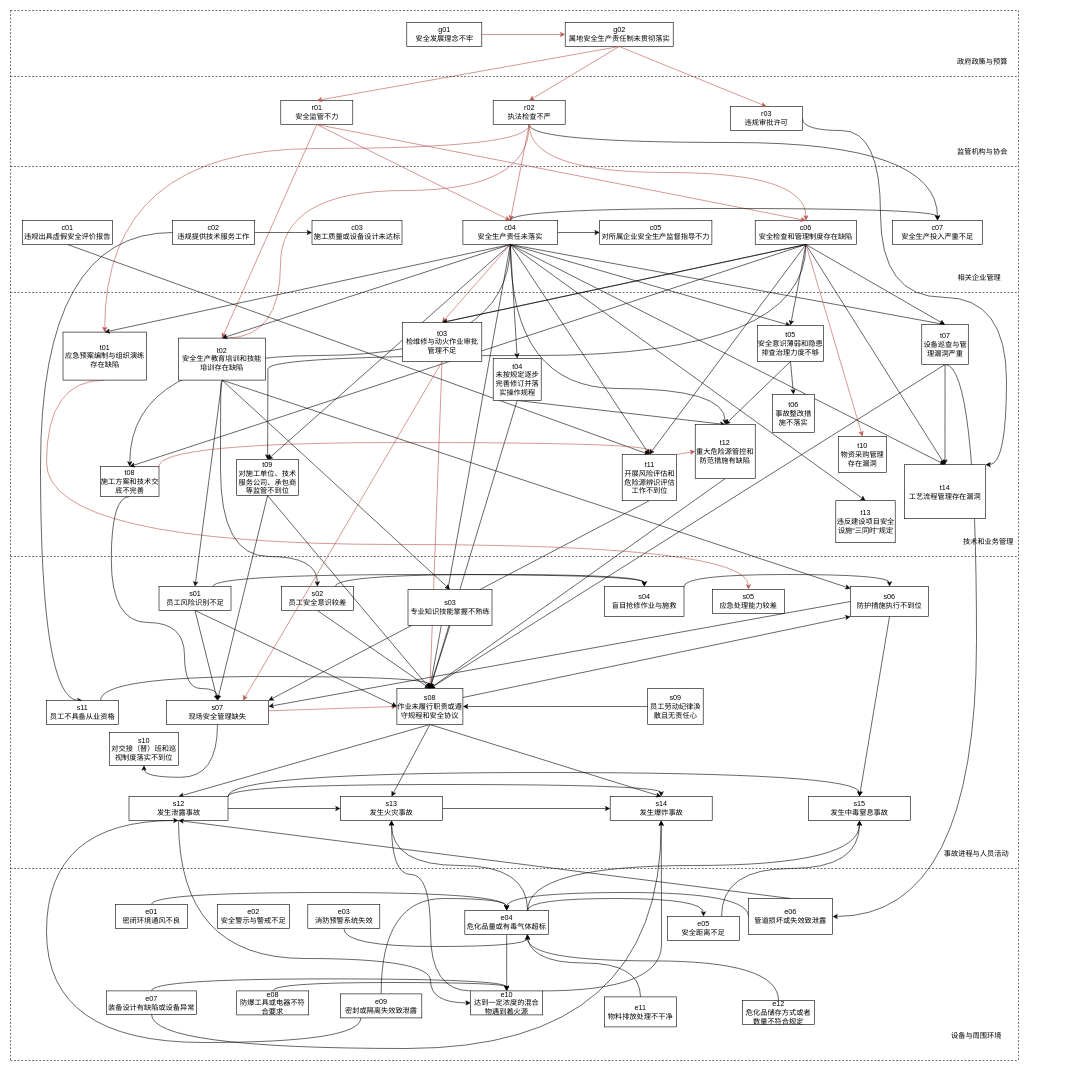
This is 剔除次数少于5.drawio from fangjiarong/docs, a draw.io file, before an edit. Source tidied: cells renumbered, new cells numbered last; positions are measured from the earlier drawing's top-left corner, leaving out a move shared by most shapes. Both pictures are drawn from the tidied source at 60%, with x=0, y=0 at pixel (10, 10).
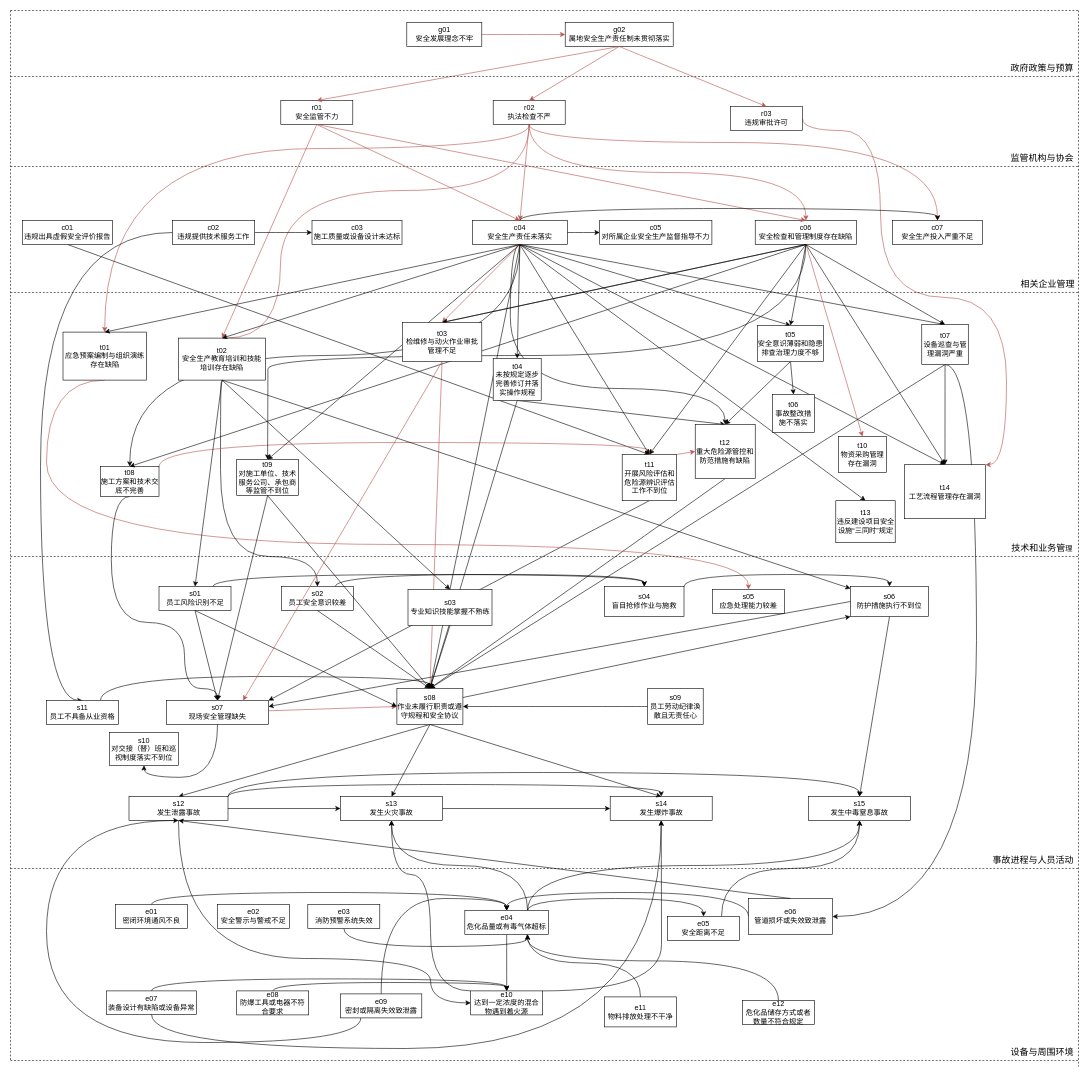
The same diagram, later.

Commit message (it also covers changes not shown here):
更新剔除次数少于5.drawio

The change refers to these unchanged cells:
```xml
<mxCell id="19" value="r02&lt;br&gt;执法检查不严" style="rounded=0;whiteSpace=wrap;html=1;" parent="1" vertex="1">
  <mxGeometry x="804.5" y="150" width="120" height="40" as="geometry" />
</mxCell>
<mxCell id="68" value="r03&lt;br&gt;违规审批许可" style="rounded=0;whiteSpace=wrap;html=1;" parent="1" vertex="1">
  <mxGeometry x="1200" y="160" width="120" height="40" as="geometry" />
</mxCell>
<mxCell id="69" value="c07&lt;br&gt;安全生产投入严重不足" style="rounded=0;whiteSpace=wrap;html=1;" parent="1" vertex="1">
  <mxGeometry x="1470" y="350" width="150" height="40" as="geometry" />
</mxCell>
<mxCell id="162" value="t14&lt;br&gt;工艺流程管理存在漏洞" style="rounded=0;whiteSpace=wrap;html=1;" parent="1" vertex="1">
  <mxGeometry x="1490" y="757" width="135" height="90" as="geometry" />
</mxCell>
```

Change to the diagram source:
```diff
@@
-    <mxCell id="8" value="政府政策与预算" style="text;html=1;strokeColor=none;fillColor=none;align=center;verticalAlign=middle;whiteSpace=wrap;rounded=0;" parent="1" vertex="1">
-      <mxGeometry x="1570" y="70" width="100" height="30" as="geometry" />
+    <mxCell id="8" value="&lt;font style=&quot;font-size: 15px;&quot;&gt;政府政策与预算&lt;/font&gt;" style="text;html=1;strokeColor=none;fillColor=none;align=center;verticalAlign=middle;whiteSpace=wrap;rounded=0;" parent="1" vertex="1">
+      <mxGeometry x="1660" y="80" width="119" height="30" as="geometry" />
     </mxCell>
-    <mxCell id="9" value="相关企业管理" style="text;html=1;strokeColor=none;fillColor=none;align=center;verticalAlign=middle;whiteSpace=wrap;rounded=0;" parent="1" vertex="1">
-      <mxGeometry x="1565" y="430" width="100" height="30" as="geometry" />
+    <mxCell id="9" value="&lt;font style=&quot;font-size: 15px;&quot;&gt;相关企业管理&lt;/font&gt;" style="text;html=1;strokeColor=none;fillColor=none;align=center;verticalAlign=middle;whiteSpace=wrap;rounded=0;" parent="1" vertex="1">
+      <mxGeometry x="1679" y="440" width="100" height="30" as="geometry" />
     </mxCell>
-    <mxCell id="10" value="技术和业务管理" style="text;html=1;strokeColor=none;fillColor=none;align=center;verticalAlign=middle;whiteSpace=wrap;rounded=0;" parent="1" vertex="1">
-      <mxGeometry x="1580" y="870" width="100" height="30" as="geometry" />
+    <mxCell id="10" value="&lt;font style=&quot;font-size: 15px;&quot;&gt;技术和业务管&lt;/font&gt;理" style="text;html=1;strokeColor=none;fillColor=none;align=center;verticalAlign=middle;whiteSpace=wrap;rounded=0;" parent="1" vertex="1">
+      <mxGeometry x="1660" y="880" width="119" height="30" as="geometry" />
     </mxCell>
-    <mxCell id="11" value="事故进程与人员活动" style="text;html=1;strokeColor=none;fillColor=none;align=center;verticalAlign=middle;whiteSpace=wrap;rounded=0;" parent="1" vertex="1">
-      <mxGeometry x="1550" y="1390" width="120" height="30" as="geometry" />
+    <mxCell id="11" value="&lt;font style=&quot;font-size: 15px;&quot;&gt;事故进程与人员活动&lt;/font&gt;" style="text;html=1;strokeColor=none;fillColor=none;align=center;verticalAlign=middle;whiteSpace=wrap;rounded=0;" parent="1" vertex="1">
+      <mxGeometry x="1630" y="1400" width="149" height="30" as="geometry" />
     </mxCell>
-    <mxCell id="12" value="设备与周围环境" style="text;html=1;strokeColor=none;fillColor=none;align=center;verticalAlign=middle;whiteSpace=wrap;rounded=0;" parent="1" vertex="1">
-      <mxGeometry x="1560" y="1694" width="100" height="30" as="geometry" />
+    <mxCell id="12" value="&lt;font style=&quot;font-size: 15px;&quot;&gt;设备与周围环境&lt;/font&gt;" style="text;html=1;strokeColor=none;fillColor=none;align=center;verticalAlign=middle;whiteSpace=wrap;rounded=0;" parent="1" vertex="1">
+      <mxGeometry x="1660" y="1720" width="119" height="30" as="geometry" />
     </mxCell>
@@
-    <mxCell id="17" style="edgeStyle=orthogonalEdgeStyle;curved=1;rounded=0;jettySize=auto;html=1;exitX=0.5;exitY=1;exitDx=0;exitDy=0;entryX=0.5;entryY=0;entryDx=0;entryDy=0;" parent="1" edge="1" source="19" target="69">
+    <mxCell id="17" style="edgeStyle=orthogonalEdgeStyle;curved=1;rounded=0;jettySize=auto;html=1;exitX=0.5;exitY=1;exitDx=0;exitDy=0;entryX=0.5;entryY=0;entryDx=0;entryDy=0;fillColor=#f8cecc;strokeColor=#b85450;" parent="1" edge="1" source="19" target="69">
       <mxGeometry relative="1" as="geometry">
         <Array as="points">
           <mxPoint x="865" y="220" />
           <mxPoint x="1545" y="220" />
         </Array>
       </mxGeometry>
     </mxCell>
@@
     <mxCell id="29" value="c04&lt;br&gt;安全生产责任未落实" style="rounded=0;whiteSpace=wrap;html=1;" parent="1" vertex="1">
-      <mxGeometry x="754" y="350" width="158" height="40" as="geometry" />
+      <mxGeometry x="770" y="350" width="158" height="40" as="geometry" />
     </mxCell>
@@
-    <mxCell id="67" style="edgeStyle=orthogonalEdgeStyle;curved=1;rounded=0;jettySize=auto;html=1;exitX=1;exitY=0.5;exitDx=0;exitDy=0;entryX=1;entryY=0;entryDx=0;entryDy=0;" parent="1" edge="1" source="68" target="162">
+    <mxCell id="67" style="edgeStyle=orthogonalEdgeStyle;curved=1;rounded=0;jettySize=auto;html=1;exitX=1;exitY=0.5;exitDx=0;exitDy=0;entryX=1;entryY=0;entryDx=0;entryDy=0;fillColor=#f8cecc;strokeColor=#b85450;" parent="1" edge="1" source="68" target="162">
       <mxGeometry relative="1" as="geometry">
         <Array as="points">
           <mxPoint x="1320" y="200" />
           <mxPoint x="1450" y="200" />
           <mxPoint x="1450" y="478" />
           <mxPoint x="1660" y="478" />
           <mxPoint x="1660" y="757" />
         </Array>
       </mxGeometry>
     </mxCell>
@@
     <mxCell id="108" style="endArrow=none;dashed=1;html=1;rounded=0;" parent="1" edge="1">
       <mxGeometry relative="1" as="geometry">
         <mxPoint y="110" as="sourcePoint" />
-        <mxPoint x="1680" y="110" as="targetPoint" />
+        <mxPoint x="1780" y="110" as="targetPoint" />
       </mxGeometry>
     </mxCell>
     <mxCell id="109" style="endArrow=none;dashed=1;html=1;rounded=0;" parent="1" edge="1">
       <mxGeometry relative="1" as="geometry">
         <mxPoint y="260" as="sourcePoint" />
-        <mxPoint x="1680" y="260" as="targetPoint" />
+        <mxPoint x="1780" y="260" as="targetPoint" />
       </mxGeometry>
     </mxCell>
     <mxCell id="110" style="endArrow=none;dashed=1;html=1;rounded=0;" parent="1" edge="1">
       <mxGeometry relative="1" as="geometry">
         <mxPoint y="470" as="sourcePoint" />
-        <mxPoint x="1680" y="470" as="targetPoint" />
+        <mxPoint x="1780" y="470" as="targetPoint" />
       </mxGeometry>
     </mxCell>
     <mxCell id="111" style="endArrow=none;dashed=1;html=1;rounded=0;" parent="1" edge="1">
       <mxGeometry relative="1" as="geometry">
         <mxPoint y="910" as="sourcePoint" />
-        <mxPoint x="1680" y="910" as="targetPoint" />
+        <mxPoint x="1780" y="910" as="targetPoint" />
       </mxGeometry>
     </mxCell>
     <mxCell id="112" style="endArrow=none;dashed=1;html=1;rounded=0;" parent="1" edge="1">
       <mxGeometry relative="1" as="geometry">
         <mxPoint y="1430" as="sourcePoint" />
-        <mxPoint x="1680" y="1430" as="targetPoint" />
+        <mxPoint x="1780" y="1430" as="targetPoint" />
       </mxGeometry>
     </mxCell>
     <mxCell id="113" style="endArrow=none;dashed=1;html=1;rounded=0;" parent="1" edge="1">
       <mxGeometry relative="1" as="geometry">
         <mxPoint y="1750" as="sourcePoint" />
-        <mxPoint x="1680" y="1750" as="targetPoint" />
+        <mxPoint x="1780" y="1750" as="targetPoint" />
       </mxGeometry>
     </mxCell>
@@
-    <mxCell id="164" value="监管机构与协会" style="text;html=1;strokeColor=none;fillColor=none;align=center;verticalAlign=middle;whiteSpace=wrap;rounded=0;" parent="1" vertex="1">
-      <mxGeometry x="1570" y="220" width="100" height="30" as="geometry" />
+    <mxCell id="164" value="&lt;font style=&quot;font-size: 15px;&quot;&gt;监管机构与协会&lt;/font&gt;" style="text;html=1;strokeColor=none;fillColor=none;align=center;verticalAlign=middle;whiteSpace=wrap;rounded=0;" parent="1" vertex="1">
+      <mxGeometry x="1660" y="230" width="119" height="30" as="geometry" />
     </mxCell>
     <mxCell id="165" style="endArrow=none;dashed=1;html=1;rounded=0;" parent="1" edge="1">
       <mxGeometry relative="1" as="geometry">
         <mxPoint as="sourcePoint" />
-        <mxPoint x="1680" as="targetPoint" />
+        <mxPoint x="1780" as="targetPoint" />
       </mxGeometry>
     </mxCell>
@@
     <mxCell id="167" style="endArrow=none;dashed=1;html=1;rounded=0;" parent="1" edge="1">
       <mxGeometry relative="1" as="geometry">
-        <mxPoint x="1680" as="sourcePoint" />
-        <mxPoint x="1680" y="1750" as="targetPoint" />
+        <mxPoint x="1780" as="sourcePoint" />
+        <mxPoint x="1780" y="1760" as="targetPoint" />
       </mxGeometry>
     </mxCell>
```
